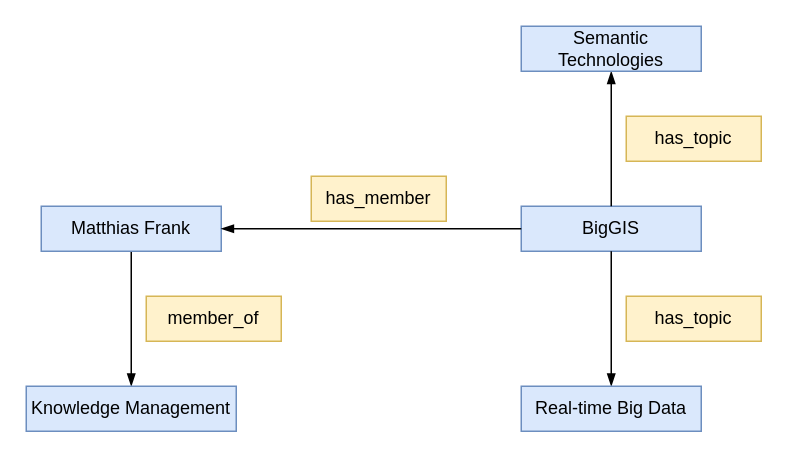
StefanZander/lecture_notes keeps this draw.io diagram as smw/skript/drawings/ask_model_km.drawio. Above is the earlier version. Source tidied: cells renumbered, new cells numbered last; positions are measured from the earlier drawing's top-left corner, leaving out a move shared by most shapes. Both pictures are drawn from the tidied source at 150%, with x=0, y=0 at pixel (26, 26).
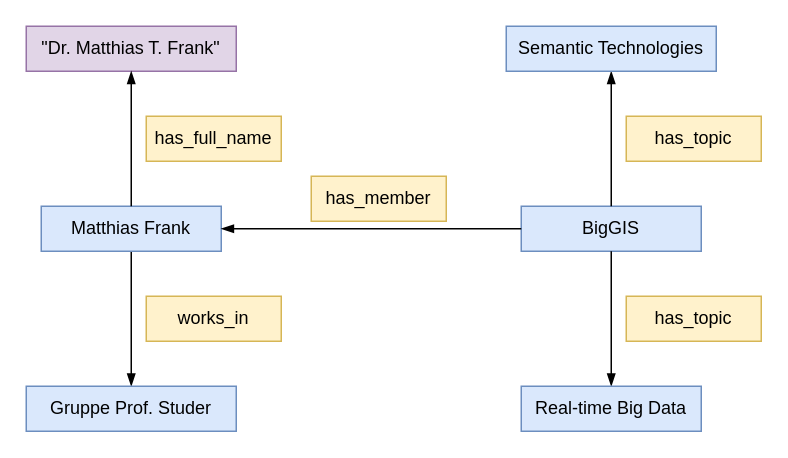
The same diagram, later.

What changed in the source:
```diff
@@
 <mxGraphModel>
   <root>
     <mxCell id="0" />
     <mxCell id="1" parent="0" />
     <mxCell id="2" style="edgeStyle=none;rounded=0;comic=0;jettySize=auto;html=1;endArrow=blockThin;endFill=1;strokeWidth=1;fontSize=12;fontColor=#0000FF;" parent="1" edge="1" source="3" target="4">
       <mxGeometry relative="1" as="geometry" />
     </mxCell>
     <mxCell id="3" value="Matthias Frank" style="rounded=0;whiteSpace=wrap;html=1;shadow=0;glass=0;strokeColor=#6c8ebf;strokeWidth=1;fontSize=12;align=center;fillColor=#dae8fc;fontStyle=0;" parent="1" vertex="1">
       <mxGeometry x="10" y="120" width="120" height="30" as="geometry" />
     </mxCell>
-    <mxCell id="4" value="Knowledge Management" style="rounded=0;whiteSpace=wrap;html=1;shadow=0;glass=0;strokeColor=#6c8ebf;strokeWidth=1;fontSize=12;align=center;fillColor=#dae8fc;fontStyle=0;" parent="1" vertex="1">
+    <mxCell id="4" value="Gruppe Prof. Studer" style="rounded=0;whiteSpace=wrap;html=1;shadow=0;glass=0;strokeColor=#6c8ebf;strokeWidth=1;fontSize=12;align=center;fillColor=#dae8fc;fontStyle=0;" parent="1" vertex="1">
       <mxGeometry y="240" width="140" height="30" as="geometry" />
     </mxCell>
-    <mxCell id="5" value="member_of" style="rounded=0;whiteSpace=wrap;html=1;shadow=0;glass=0;strokeColor=#d6b656;strokeWidth=1;fontSize=12;align=center;fillColor=#fff2cc;fontStyle=0;" parent="1" vertex="1">
+    <mxCell id="5" value="works_in" style="rounded=0;whiteSpace=wrap;html=1;shadow=0;glass=0;strokeColor=#d6b656;strokeWidth=1;fontSize=12;align=center;fillColor=#fff2cc;fontStyle=0;" parent="1" vertex="1">
       <mxGeometry x="80" y="180" width="90" height="30" as="geometry" />
     </mxCell>
     <mxCell id="6" value="BigGIS" style="rounded=0;whiteSpace=wrap;html=1;shadow=0;glass=0;strokeColor=#6c8ebf;strokeWidth=1;fontSize=12;align=center;fillColor=#dae8fc;fontStyle=0;" parent="1" vertex="1">
       <mxGeometry x="330" y="120" width="120" height="30" as="geometry" />
     </mxCell>
     <mxCell id="7" style="edgeStyle=none;rounded=0;comic=0;jettySize=auto;html=1;endArrow=blockThin;endFill=1;strokeWidth=1;fontSize=12;fontColor=#0000FF;" parent="1" edge="1" source="6" target="3">
       <mxGeometry relative="1" as="geometry" />
     </mxCell>
     <mxCell id="8" value="has_member" style="rounded=0;whiteSpace=wrap;html=1;shadow=0;glass=0;strokeColor=#d6b656;strokeWidth=1;fontSize=12;align=center;fillColor=#fff2cc;fontStyle=0;" parent="1" vertex="1">
       <mxGeometry x="190" y="100" width="90" height="30" as="geometry" />
     </mxCell>
     <mxCell id="9" style="edgeStyle=none;rounded=0;comic=0;jettySize=auto;html=1;endArrow=blockThin;endFill=1;strokeWidth=1;fontSize=12;fontColor=#0000FF;" parent="1" edge="1" source="6" target="14">
       <mxGeometry relative="1" as="geometry" />
     </mxCell>
     <mxCell id="10" style="edgeStyle=none;rounded=0;comic=0;jettySize=auto;html=1;endArrow=blockThin;endFill=1;strokeWidth=1;fontSize=12;fontColor=#0000FF;" parent="1" edge="1" source="6" target="11">
       <mxGeometry relative="1" as="geometry" />
     </mxCell>
     <mxCell id="11" value="Semantic Technologies" style="rounded=0;whiteSpace=wrap;html=1;shadow=0;glass=0;strokeColor=#6c8ebf;strokeWidth=1;fontSize=12;align=center;fillColor=#dae8fc;fontStyle=0;" parent="1" vertex="1">
-      <mxGeometry x="330" width="120" height="30" as="geometry" />
+      <mxGeometry x="320" width="140" height="30" as="geometry" />
     </mxCell>
     <mxCell id="12" value="has_topic" style="rounded=0;whiteSpace=wrap;html=1;shadow=0;glass=0;strokeColor=#d6b656;strokeWidth=1;fontSize=12;align=center;fillColor=#fff2cc;fontStyle=0;" parent="1" vertex="1">
       <mxGeometry x="400" y="180" width="90" height="30" as="geometry" />
     </mxCell>
     <mxCell id="13" value="has_topic" style="rounded=0;whiteSpace=wrap;html=1;shadow=0;glass=0;strokeColor=#d6b656;strokeWidth=1;fontSize=12;align=center;fillColor=#fff2cc;fontStyle=0;" parent="1" vertex="1">
       <mxGeometry x="400" y="60" width="90" height="30" as="geometry" />
     </mxCell>
     <mxCell id="14" value="Real-time Big Data" style="rounded=0;whiteSpace=wrap;html=1;shadow=0;glass=0;strokeColor=#6c8ebf;strokeWidth=1;fontSize=12;align=center;fillColor=#dae8fc;fontStyle=0;" parent="1" vertex="1">
       <mxGeometry x="330" y="240" width="120" height="30" as="geometry" />
     </mxCell>
+    <mxCell id="15" value="&quot;Dr. Matthias T. Frank&quot;" style="rounded=0;whiteSpace=wrap;html=1;shadow=0;glass=0;strokeColor=#9673a6;strokeWidth=1;fontSize=12;align=center;fillColor=#e1d5e7;fontStyle=0;" parent="1" vertex="1">
+      <mxGeometry width="140" height="30" as="geometry" />
+    </mxCell>
+    <mxCell id="16" style="edgeStyle=none;rounded=0;comic=0;jettySize=auto;html=1;endArrow=blockThin;endFill=1;strokeWidth=1;fontSize=12;fontColor=#0000FF;exitX=0.5;exitY=0;exitDx=0;exitDy=0;" parent="1" edge="1" source="3" target="15">
+      <mxGeometry relative="1" as="geometry" />
+    </mxCell>
+    <mxCell id="17" value="has_full_name" style="rounded=0;whiteSpace=wrap;html=1;shadow=0;glass=0;strokeColor=#d6b656;strokeWidth=1;fontSize=12;align=center;fillColor=#fff2cc;fontStyle=0;" parent="1" vertex="1">
+      <mxGeometry x="80" y="60" width="90" height="30" as="geometry" />
+    </mxCell>
   </root>
 </mxGraphModel>
```
